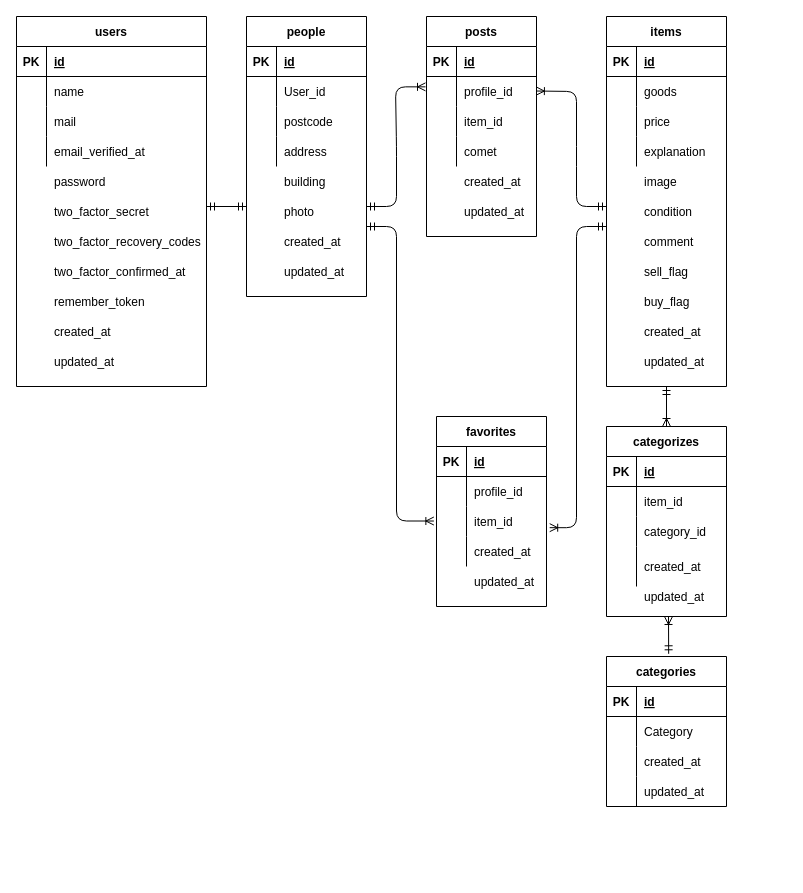
The draw.io diagram src/FreeMaket.drawio in wyjuly12/FreeMarket, before the edit. Source tidied: cells renumbered, new cells numbered last; positions are measured from the earlier drawing's top-left corner, leaving out a move shared by most shapes. Both pictures are drawn from the tidied source at 100%, with x=0, y=0 at pixel (16, 16).
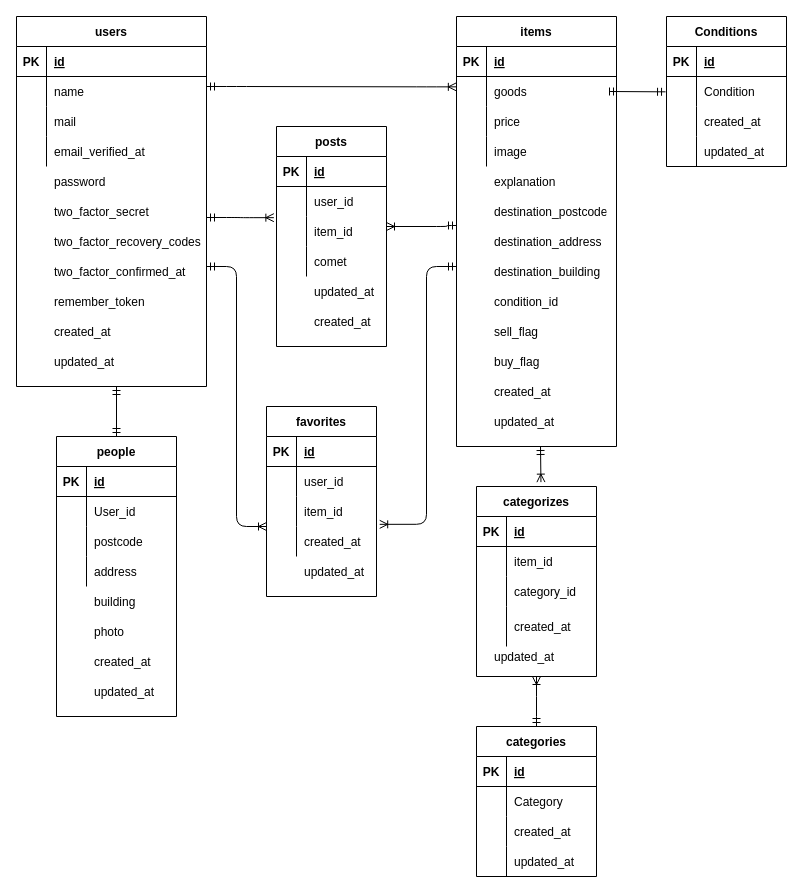
The same diagram, later.

Unchanged cells that the change refers to:
```xml
<mxCell id="45" style="shape=tableRow;horizontal=0;startSize=0;swimlaneHead=0;swimlaneBody=0;fillColor=none;top=0;left=0;right=0;bottom=0;" parent="41" vertex="1">
  <mxGeometry y="60" width="110" height="30" as="geometry" />
</mxCell>
<mxCell id="48" style="shape=tableRow;horizontal=0;startSize=0;swimlaneHead=0;swimlaneBody=0;fillColor=none;points=[[0,0.5],[1,0.5]];portConstraint=eastwest;top=0;left=0;right=0;bottom=0;" parent="41" vertex="1">
  <mxGeometry y="90" width="110" height="30" as="geometry" />
</mxCell>
<mxCell id="51" style="shape=tableRow;horizontal=0;startSize=0;swimlaneHead=0;swimlaneBody=0;fillColor=none;points=[[0,0.5],[1,0.5]];portConstraint=eastwest;top=0;left=0;right=0;bottom=0;" parent="41" vertex="1">
  <mxGeometry y="120" width="110" height="30" as="geometry" />
</mxCell>
<mxCell id="82" style="shape=tableRow;horizontal=0;startSize=0;swimlaneHead=0;swimlaneBody=0;fillColor=none;points=[[0,0.5],[1,0.5]];portConstraint=eastwest;top=0;left=0;right=0;bottom=0;" parent="78" vertex="1">
  <mxGeometry y="60" width="110" height="30" as="geometry" />
</mxCell>
<mxCell id="85" style="shape=tableRow;horizontal=0;startSize=0;swimlaneHead=0;swimlaneBody=0;fillColor=none;points=[[0,0.5],[1,0.5]];portConstraint=eastwest;top=0;left=0;right=0;bottom=0;" parent="78" vertex="1">
  <mxGeometry y="90" width="110" height="30" as="geometry" />
</mxCell>
```

Diff of the diagram source:
```diff
@@
     <mxCell id="15" value="people" style="shape=table;startSize=30;childLayout=tableLayout;rowLines=0;fontStyle=1;align=center;" parent="1" vertex="1">
-      <mxGeometry x="230" width="120" height="280" as="geometry" />
+      <mxGeometry x="40" y="420" width="120" height="280" as="geometry" />
     </mxCell>
@@
     <mxCell id="28" value="items" style="shape=table;startSize=30;childLayout=tableLayout;rowLines=0;fontStyle=1;align=center;" parent="1" vertex="1">
-      <mxGeometry x="590" width="120" height="370" as="geometry" />
+      <mxGeometry x="440" width="160" height="430" as="geometry" />
     </mxCell>
     <mxCell id="29" style="shape=tableRow;horizontal=0;startSize=0;swimlaneHead=0;swimlaneBody=0;fillColor=none;top=0;left=0;right=0;bottom=1;" parent="28" vertex="1">
-      <mxGeometry y="30" width="120" height="30" as="geometry" />
+      <mxGeometry y="30" width="160" height="30" as="geometry" />
     </mxCell>
@@
     <mxCell id="31" value="id" style="shape=partialRectangle;fillColor=none;top=0;left=0;bottom=0;right=0;align=left;spacingLeft=6;fontStyle=5;overflow=hidden;" parent="29" vertex="1">
-      <mxGeometry x="30" width="90" height="30" as="geometry" />
+      <mxGeometry x="30" width="130" height="30" as="geometry" />
     </mxCell>
     <mxCell id="32" style="shape=tableRow;horizontal=0;startSize=0;swimlaneHead=0;swimlaneBody=0;fillColor=none;points=[[0,0.5],[1,0.5]];portConstraint=eastwest;top=0;left=0;right=0;bottom=0;" parent="28" vertex="1">
-      <mxGeometry y="60" width="120" height="30" as="geometry" />
+      <mxGeometry y="60" width="160" height="30" as="geometry" />
     </mxCell>
@@
     <mxCell id="34" value="goods" style="shape=partialRectangle;fillColor=none;top=0;left=0;bottom=0;right=0;align=left;spacingLeft=6;overflow=hidden;" parent="32" vertex="1">
-      <mxGeometry x="30" width="90" height="30" as="geometry" />
+      <mxGeometry x="30" width="130" height="30" as="geometry" />
     </mxCell>
     <mxCell id="35" style="shape=tableRow;horizontal=0;startSize=0;swimlaneHead=0;swimlaneBody=0;fillColor=none;top=0;left=0;right=0;bottom=0;" parent="28" vertex="1">
-      <mxGeometry y="90" width="120" height="30" as="geometry" />
+      <mxGeometry y="90" width="160" height="30" as="geometry" />
     </mxCell>
@@
     <mxCell id="37" value="price" style="shape=partialRectangle;fillColor=none;top=0;left=0;bottom=0;right=0;align=left;spacingLeft=6;overflow=hidden;" parent="35" vertex="1">
-      <mxGeometry x="30" width="90" height="30" as="geometry" />
+      <mxGeometry x="30" width="130" height="30" as="geometry" />
     </mxCell>
     <mxCell id="38" style="shape=tableRow;horizontal=0;startSize=0;swimlaneHead=0;swimlaneBody=0;fillColor=none;top=0;left=0;right=0;bottom=0;" parent="28" vertex="1">
-      <mxGeometry y="120" width="120" height="30" as="geometry" />
+      <mxGeometry y="120" width="160" height="30" as="geometry" />
     </mxCell>
@@
-    <mxCell id="40" value="explanation" style="shape=partialRectangle;fillColor=none;top=0;left=0;bottom=0;right=0;align=left;spacingLeft=6;overflow=hidden;" parent="38" vertex="1">
-      <mxGeometry x="30" width="90" height="30" as="geometry" />
+    <mxCell id="40" value="image" style="shape=partialRectangle;fillColor=none;top=0;left=0;bottom=0;right=0;align=left;spacingLeft=6;overflow=hidden;" parent="38" vertex="1">
+      <mxGeometry x="30" width="130" height="30" as="geometry" />
     </mxCell>
     <mxCell id="41" value="favorites" style="shape=table;startSize=30;childLayout=tableLayout;rowLines=0;fontStyle=1;align=center;" parent="1" vertex="1">
-      <mxGeometry x="420" y="400" width="110" height="190" as="geometry" />
+      <mxGeometry x="250" y="390" width="110" height="190" as="geometry" />
     </mxCell>
@@
-    <mxCell id="47" value="profile_id" style="shape=partialRectangle;fillColor=none;top=0;left=0;bottom=0;right=0;align=left;spacingLeft=6;overflow=hidden;" parent="45" vertex="1">
+    <mxCell id="47" value="user_id" style="shape=partialRectangle;fillColor=none;top=0;left=0;bottom=0;right=0;align=left;spacingLeft=6;overflow=hidden;" parent="45" vertex="1">
       <mxGeometry x="30" width="80" height="30" as="geometry" />
     </mxCell>
@@
     <mxCell id="54" value="categories" style="shape=table;startSize=30;childLayout=tableLayout;rowLines=0;fontStyle=1;align=center;" parent="1" vertex="1">
-      <mxGeometry x="590" y="640" width="120" height="150" as="geometry" />
+      <mxGeometry x="460" y="710" width="120" height="150" as="geometry" />
     </mxCell>
@@
     <mxCell id="74" value="building" style="shape=partialRectangle;fillColor=none;top=0;left=0;bottom=0;right=0;align=left;spacingLeft=6;overflow=hidden;" parent="1" vertex="1">
-      <mxGeometry x="260" y="150" width="90" height="30" as="geometry" />
+      <mxGeometry x="70" y="570" width="90" height="30" as="geometry" />
     </mxCell>
     <mxCell id="75" value="photo" style="shape=partialRectangle;fillColor=none;top=0;left=0;bottom=0;right=0;align=left;spacingLeft=6;overflow=hidden;" parent="1" vertex="1">
-      <mxGeometry x="260" y="180" width="90" height="30" as="geometry" />
+      <mxGeometry x="70" y="600" width="90" height="30" as="geometry" />
     </mxCell>
     <mxCell id="76" value="created_at" style="shape=partialRectangle;fillColor=none;top=0;left=0;bottom=0;right=0;align=left;spacingLeft=6;overflow=hidden;" parent="1" vertex="1">
-      <mxGeometry x="260" y="210" width="90" height="30" as="geometry" />
+      <mxGeometry x="70" y="630" width="90" height="30" as="geometry" />
     </mxCell>
     <mxCell id="77" value="updated_at" style="shape=partialRectangle;fillColor=none;top=0;left=0;bottom=0;right=0;align=left;spacingLeft=6;overflow=hidden;" parent="1" vertex="1">
-      <mxGeometry x="260" y="240" width="90" height="30" as="geometry" />
+      <mxGeometry x="70" y="660" width="90" height="30" as="geometry" />
     </mxCell>
     <mxCell id="78" value="posts" style="shape=table;startSize=30;childLayout=tableLayout;rowLines=0;fontStyle=1;align=center;" parent="1" vertex="1">
-      <mxGeometry x="410" width="110" height="220" as="geometry" />
+      <mxGeometry x="260" y="110" width="110" height="220" as="geometry" />
     </mxCell>
@@
-    <mxCell id="84" value="profile_id" style="shape=partialRectangle;fillColor=none;top=0;left=0;bottom=0;right=0;align=left;spacingLeft=6;overflow=hidden;" parent="82" vertex="1">
+    <mxCell id="84" value="user_id" style="shape=partialRectangle;fillColor=none;top=0;left=0;bottom=0;right=0;align=left;spacingLeft=6;overflow=hidden;" parent="82" vertex="1">
       <mxGeometry x="30" width="80" height="30" as="geometry" />
     </mxCell>
@@
     <mxCell id="91" value="updated_at" style="shape=partialRectangle;fillColor=none;top=0;left=0;bottom=0;right=0;align=left;spacingLeft=6;overflow=hidden;" parent="1" vertex="1">
-      <mxGeometry x="440" y="180" width="80" height="30" as="geometry" />
+      <mxGeometry x="290" y="260" width="80" height="30" as="geometry" />
     </mxCell>
     <mxCell id="92" value="updated_at" style="shape=partialRectangle;fillColor=none;top=0;left=0;bottom=0;right=0;align=left;spacingLeft=6;overflow=hidden;" parent="1" vertex="1">
-      <mxGeometry x="450" y="550" width="80" height="30" as="geometry" />
+      <mxGeometry x="280" y="540" width="80" height="30" as="geometry" />
     </mxCell>
-    <mxCell id="93" value="image" style="shape=partialRectangle;fillColor=none;top=0;left=0;bottom=0;right=0;align=left;spacingLeft=6;overflow=hidden;" parent="1" vertex="1">
-      <mxGeometry x="620" y="150" width="90" height="30" as="geometry" />
+    <mxCell id="93" value="destination_postcode" style="shape=partialRectangle;fillColor=none;top=0;left=0;bottom=0;right=0;align=left;spacingLeft=6;overflow=hidden;" parent="1" vertex="1">
+      <mxGeometry x="470" y="180" width="120" height="30" as="geometry" />
     </mxCell>
-    <mxCell id="94" value="comment" style="shape=partialRectangle;fillColor=none;top=0;left=0;bottom=0;right=0;align=left;spacingLeft=6;overflow=hidden;" parent="1" vertex="1">
-      <mxGeometry x="620" y="210" width="90" height="30" as="geometry" />
+    <mxCell id="94" value="condition_id" style="shape=partialRectangle;fillColor=none;top=0;left=0;bottom=0;right=0;align=left;spacingLeft=6;overflow=hidden;" parent="1" vertex="1">
+      <mxGeometry x="470" y="270" width="90" height="30" as="geometry" />
     </mxCell>
     <mxCell id="95" value="sell_flag" style="shape=partialRectangle;fillColor=none;top=0;left=0;bottom=0;right=0;align=left;spacingLeft=6;overflow=hidden;" parent="1" vertex="1">
-      <mxGeometry x="620" y="240" width="90" height="30" as="geometry" />
+      <mxGeometry x="470" y="300" width="90" height="30" as="geometry" />
     </mxCell>
-    <mxCell id="96" value="buy_flag" style="shape=partialRectangle;fillColor=none;top=0;left=0;bottom=0;right=0;align=left;spacingLeft=6;overflow=hidden;" parent="1" vertex="1">
-      <mxGeometry x="620" y="270" width="90" height="30" as="geometry" />
-    </mxCell>
     <mxCell id="97" value="created_at" style="shape=partialRectangle;fillColor=none;top=0;left=0;bottom=0;right=0;align=left;spacingLeft=6;overflow=hidden;" parent="1" vertex="1">
-      <mxGeometry x="620" y="300" width="80" height="30" as="geometry" />
+      <mxGeometry x="470" y="360" width="80" height="30" as="geometry" />
     </mxCell>
-    <mxCell id="98" value="updated_at" style="shape=partialRectangle;fillColor=none;top=0;left=0;bottom=0;right=0;align=left;spacingLeft=6;overflow=hidden;" parent="1" vertex="1">
-      <mxGeometry x="620" y="330" width="90" height="30" as="geometry" />
+    <mxCell id="98" value="updated_at" style="shape=partialRectangle;fillColor=none;top=0;left=0;bottom=0;right=0;align=left;spacingLeft=6;overflow=hidden;direction=south;" parent="1" vertex="1">
+      <mxGeometry x="470" y="380" width="70" height="50" as="geometry" />
     </mxCell>
-    <mxCell id="99" value="condition" style="shape=partialRectangle;fillColor=none;top=0;left=0;bottom=0;right=0;align=left;spacingLeft=6;overflow=hidden;" parent="1" vertex="1">
-      <mxGeometry x="620" y="180" width="90" height="30" as="geometry" />
-    </mxCell>
     <mxCell id="100" value="categorizes" style="shape=table;startSize=30;childLayout=tableLayout;rowLines=0;fontStyle=1;align=center;" parent="1" vertex="1">
-      <mxGeometry x="590" y="410" width="120" height="190" as="geometry" />
+      <mxGeometry x="460" y="470" width="120" height="190" as="geometry" />
     </mxCell>
@@
     <mxCell id="113" value="updated_at" style="shape=partialRectangle;fillColor=none;top=0;left=0;bottom=0;right=0;align=left;spacingLeft=6;overflow=hidden;" parent="1" vertex="1">
-      <mxGeometry x="620" y="570" width="90" height="20" as="geometry" />
+      <mxGeometry x="470" y="630" width="90" height="20" as="geometry" />
     </mxCell>
-    <mxCell id="114" style="shape=partialRectangle;fillColor=none;top=0;left=0;bottom=0;right=0;overflow=hidden;" parent="1" vertex="1">
-      <mxGeometry x="500" y="340" width="30" height="30" as="geometry" />
-    </mxCell>
     <mxCell id="115" value="created_at" style="shape=partialRectangle;fillColor=none;top=0;left=0;bottom=0;right=0;align=left;spacingLeft=6;overflow=hidden;" parent="1" vertex="1">
-      <mxGeometry x="440" y="150" width="90" height="30" as="geometry" />
+      <mxGeometry x="290" y="290" width="90" height="30" as="geometry" />
     </mxCell>
     <mxCell id="116" style="fontSize=12;html=1;endArrow=ERmandOne;startArrow=ERmandOne;" parent="1" edge="1">
       <mxGeometry relative="1" as="geometry">
-        <mxPoint x="190" y="190" as="sourcePoint" />
-        <mxPoint x="230" y="190" as="targetPoint" />
+        <mxPoint x="100" y="370" as="sourcePoint" />
+        <mxPoint x="100" y="420" as="targetPoint" />
       </mxGeometry>
     </mxCell>
-    <mxCell id="117" style="edgeStyle=entityRelationEdgeStyle;fontSize=12;html=1;endArrow=ERoneToMany;startArrow=ERmandOne;entryX=-0.009;entryY=0.345;entryDx=0;entryDy=0;entryPerimeter=0;" parent="1" edge="1" target="82">
+    <mxCell id="117" style="edgeStyle=entityRelationEdgeStyle;fontSize=12;html=1;endArrow=ERoneToMany;startArrow=ERmandOne;entryX=-0.024;entryY=0.039;entryDx=0;entryDy=0;entryPerimeter=0;" parent="1" edge="1" target="85">
       <mxGeometry relative="1" as="geometry">
-        <mxPoint x="350" y="190" as="sourcePoint" />
+        <mxPoint x="190" y="201" as="sourcePoint" />
       </mxGeometry>
     </mxCell>
-    <mxCell id="118" style="edgeStyle=orthogonalEdgeStyle;fontSize=12;html=1;endArrow=ERoneToMany;startArrow=ERmandOne;entryX=-0.024;entryY=0.484;entryDx=0;entryDy=0;entryPerimeter=0;" parent="1" edge="1" target="48">
+    <mxCell id="118" style="edgeStyle=orthogonalEdgeStyle;fontSize=12;html=1;endArrow=ERoneToMany;startArrow=ERmandOne;entryX=0;entryY=0;entryDx=0;entryDy=0;entryPerimeter=0;" parent="1" edge="1" target="51">
       <mxGeometry relative="1" as="geometry">
-        <mxPoint x="350" y="210" as="sourcePoint" />
+        <mxPoint x="190" y="250" as="sourcePoint" />
         <Array as="points">
-          <mxPoint x="380" y="210" />
-          <mxPoint x="380" y="505" />
+          <mxPoint x="190" y="250" />
+          <mxPoint x="220" y="250" />
+          <mxPoint x="220" y="510" />
         </Array>
       </mxGeometry>
     </mxCell>
-    <mxCell id="119" style="edgeStyle=orthogonalEdgeStyle;fontSize=12;html=1;endArrow=ERoneToMany;startArrow=ERmandOne;entryX=1.029;entryY=0.706;entryDx=0;entryDy=0;entryPerimeter=0;" parent="1" edge="1" target="48">
+    <mxCell id="119" style="edgeStyle=orthogonalEdgeStyle;fontSize=12;html=1;endArrow=ERoneToMany;startArrow=ERmandOne;entryX=1.029;entryY=-0.072;entryDx=0;entryDy=0;entryPerimeter=0;" parent="1" edge="1" target="51">
       <mxGeometry relative="1" as="geometry">
-        <mxPoint x="590" y="210" as="sourcePoint" />
+        <mxPoint x="440" y="250" as="sourcePoint" />
         <Array as="points">
-          <mxPoint x="560" y="210" />
-          <mxPoint x="560" y="511" />
+          <mxPoint x="410" y="250" />
+          <mxPoint x="410" y="508" />
         </Array>
       </mxGeometry>
     </mxCell>
-    <mxCell id="120" style="fontSize=12;html=1;endArrow=ERoneToMany;startArrow=ERmandOne;" parent="1" edge="1">
+    <mxCell id="120" style="fontSize=12;html=1;endArrow=ERoneToMany;startArrow=ERmandOne;entryX=0.537;entryY=-0.023;entryDx=0;entryDy=0;entryPerimeter=0;" parent="1" edge="1" target="100">
       <mxGeometry relative="1" as="geometry">
-        <mxPoint x="650" y="370" as="sourcePoint" />
-        <mxPoint x="650" y="410" as="targetPoint" />
+        <mxPoint x="524" y="430" as="sourcePoint" />
       </mxGeometry>
     </mxCell>
-    <mxCell id="121" style="fontSize=12;html=1;endArrow=ERoneToMany;startArrow=ERmandOne;exitX=0.518;exitY=-0.018;exitDx=0;exitDy=0;exitPerimeter=0;" parent="1" edge="1" source="54">
+    <mxCell id="121" style="fontSize=12;html=1;endArrow=ERoneToMany;startArrow=ERmandOne;" parent="1" edge="1" source="54">
       <mxGeometry relative="1" as="geometry">
-        <mxPoint x="652" y="600" as="targetPoint" />
+        <mxPoint x="520" y="660" as="targetPoint" />
+        <Array as="points">
+          <mxPoint x="520" y="690" />
+        </Array>
       </mxGeometry>
     </mxCell>
-    <mxCell id="122" style="fontSize=12;html=1;endArrow=ERoneToMany;startArrow=ERmandOne;entryX=0.999;entryY=0.484;entryDx=0;entryDy=0;entryPerimeter=0;" parent="1" edge="1" target="82">
-      <mxGeometry relative="1" as="geometry">
-        <mxPoint x="590" y="190" as="sourcePoint" />
-        <Array as="points">
-          <mxPoint x="560" y="190" />
-          <mxPoint x="560" y="140" />
-          <mxPoint x="560" y="75" />
-        </Array>
-      </mxGeometry>
-    </mxCell>
+    <mxCell id="123" value="Conditions" style="shape=table;startSize=30;childLayout=tableLayout;rowLines=0;fontStyle=1;align=center;" parent="1" vertex="1">
+      <mxGeometry x="650" width="120" height="150" as="geometry" />
+    </mxCell>
+    <mxCell id="124" style="shape=tableRow;horizontal=0;startSize=0;swimlaneHead=0;swimlaneBody=0;fillColor=none;top=0;left=0;right=0;bottom=1;" parent="123" vertex="1">
+      <mxGeometry y="30" width="120" height="30" as="geometry" />
+    </mxCell>
+    <mxCell id="125" value="PK" style="shape=partialRectangle;fillColor=none;top=0;left=0;bottom=0;right=0;fontStyle=1;overflow=hidden;" parent="124" vertex="1">
+      <mxGeometry width="30" height="30" as="geometry" />
+    </mxCell>
+    <mxCell id="126" value="id" style="shape=partialRectangle;fillColor=none;top=0;left=0;bottom=0;right=0;align=left;spacingLeft=6;fontStyle=5;overflow=hidden;" parent="124" vertex="1">
+      <mxGeometry x="30" width="90" height="30" as="geometry" />
+    </mxCell>
+    <mxCell id="127" style="shape=tableRow;horizontal=0;startSize=0;swimlaneHead=0;swimlaneBody=0;fillColor=none;points=[[0,0.5],[1,0.5]];portConstraint=eastwest;top=0;left=0;right=0;bottom=0;" parent="123" vertex="1">
+      <mxGeometry y="60" width="120" height="30" as="geometry" />
+    </mxCell>
+    <mxCell id="128" style="shape=partialRectangle;fillColor=none;top=0;left=0;bottom=0;right=0;overflow=hidden;" parent="127" vertex="1">
+      <mxGeometry width="30" height="30" as="geometry" />
+    </mxCell>
+    <mxCell id="129" value="Condition" style="shape=partialRectangle;fillColor=none;top=0;left=0;bottom=0;right=0;align=left;spacingLeft=6;overflow=hidden;" parent="127" vertex="1">
+      <mxGeometry x="30" width="90" height="30" as="geometry" />
+    </mxCell>
+    <mxCell id="130" style="shape=tableRow;horizontal=0;startSize=0;swimlaneHead=0;swimlaneBody=0;fillColor=none;top=0;left=0;right=0;bottom=0;" parent="123" vertex="1">
+      <mxGeometry y="90" width="120" height="30" as="geometry" />
+    </mxCell>
+    <mxCell id="131" style="shape=partialRectangle;fillColor=none;top=0;left=0;bottom=0;right=0;overflow=hidden;" parent="130" vertex="1">
+      <mxGeometry width="30" height="30" as="geometry" />
+    </mxCell>
+    <mxCell id="132" value="created_at" style="shape=partialRectangle;fillColor=none;top=0;left=0;bottom=0;right=0;align=left;spacingLeft=6;overflow=hidden;" parent="130" vertex="1">
+      <mxGeometry x="30" width="90" height="30" as="geometry" />
+    </mxCell>
+    <mxCell id="133" style="shape=tableRow;horizontal=0;startSize=0;swimlaneHead=0;swimlaneBody=0;fillColor=none;top=0;left=0;right=0;bottom=0;" parent="123" vertex="1">
+      <mxGeometry y="120" width="120" height="30" as="geometry" />
+    </mxCell>
+    <mxCell id="134" style="shape=partialRectangle;fillColor=none;top=0;left=0;bottom=0;right=0;overflow=hidden;" parent="133" vertex="1">
+      <mxGeometry width="30" height="30" as="geometry" />
+    </mxCell>
+    <mxCell id="135" value="updated_at" style="shape=partialRectangle;fillColor=none;top=0;left=0;bottom=0;right=0;align=left;spacingLeft=6;overflow=hidden;" parent="133" vertex="1">
+      <mxGeometry x="30" width="90" height="30" as="geometry" />
+    </mxCell>
+    <mxCell id="136" style="fontSize=12;html=1;endArrow=ERmandOne;startArrow=ERmandOne;entryX=-0.008;entryY=0.511;entryDx=0;entryDy=0;entryPerimeter=0;" parent="1" edge="1" target="127">
+      <mxGeometry relative="1" as="geometry">
+        <mxPoint x="601" y="75" as="sourcePoint" />
+        <Array as="points">
+          <mxPoint x="590" y="75" />
+        </Array>
+      </mxGeometry>
+    </mxCell>
+    <mxCell id="137" style="edgeStyle=entityRelationEdgeStyle;fontSize=12;html=1;endArrow=ERoneToMany;startArrow=ERmandOne;entryX=-0.001;entryY=0.345;entryDx=0;entryDy=0;entryPerimeter=0;" parent="1" edge="1" target="32">
+      <mxGeometry relative="1" as="geometry">
+        <mxPoint x="190" y="70" as="sourcePoint" />
+      </mxGeometry>
+    </mxCell>
+    <mxCell id="138" style="edgeStyle=orthogonalEdgeStyle;fontSize=12;html=1;endArrow=ERoneToMany;startArrow=ERmandOne;" parent="1" edge="1" target="85">
+      <mxGeometry relative="1" as="geometry">
+        <mxPoint x="440" y="209" as="sourcePoint" />
+        <Array as="points">
+          <mxPoint x="430" y="209" />
+          <mxPoint x="430" y="210" />
+        </Array>
+      </mxGeometry>
+    </mxCell>
+    <mxCell id="139" value="explanation" style="shape=partialRectangle;fillColor=none;top=0;left=0;bottom=0;right=0;align=left;spacingLeft=6;overflow=hidden;" parent="1" vertex="1">
+      <mxGeometry x="470" y="150" width="90" height="30" as="geometry" />
+    </mxCell>
+    <mxCell id="140" value="destination_address" style="shape=partialRectangle;fillColor=none;top=0;left=0;bottom=0;right=0;align=left;spacingLeft=6;overflow=hidden;" parent="1" vertex="1">
+      <mxGeometry x="470" y="210" width="120" height="30" as="geometry" />
+    </mxCell>
+    <mxCell id="141" value="destination_building" style="shape=partialRectangle;fillColor=none;top=0;left=0;bottom=0;right=0;align=left;spacingLeft=6;overflow=hidden;" parent="1" vertex="1">
+      <mxGeometry x="470" y="240" width="120" height="30" as="geometry" />
+    </mxCell>
+    <mxCell id="96" value="buy_flag" style="shape=partialRectangle;fillColor=none;top=0;left=0;bottom=0;right=0;align=left;spacingLeft=6;overflow=hidden;" parent="1" vertex="1">
+      <mxGeometry x="470" y="330" width="90" height="30" as="geometry" />
+    </mxCell>
```
